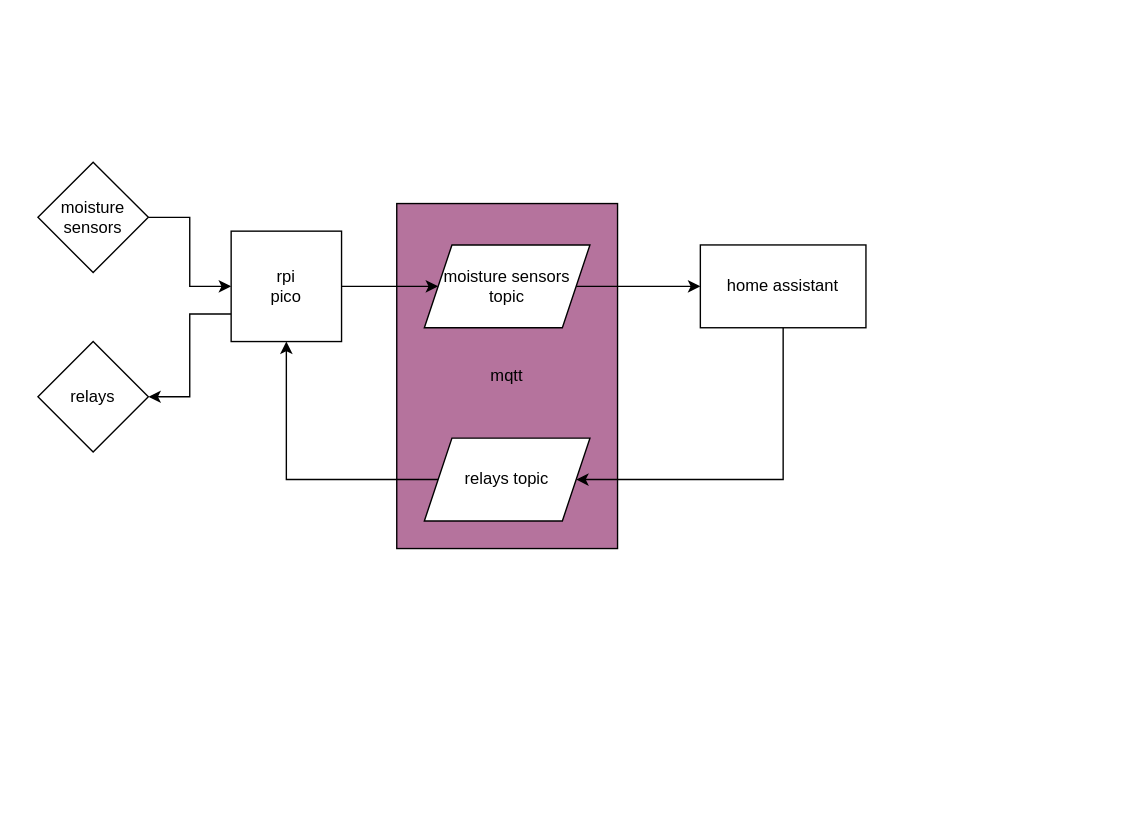
This is doc/data-flow.drawio from floryn08/rpi-pico-watering-system, a draw.io file, before an edit. Source tidied: cells renumbered, new cells numbered last; positions are measured from the earlier drawing's top-left corner, leaving out a move shared by most shapes. Both pictures are drawn from the tidied source at 138%, with x=0, y=0 at pixel (37, 161).
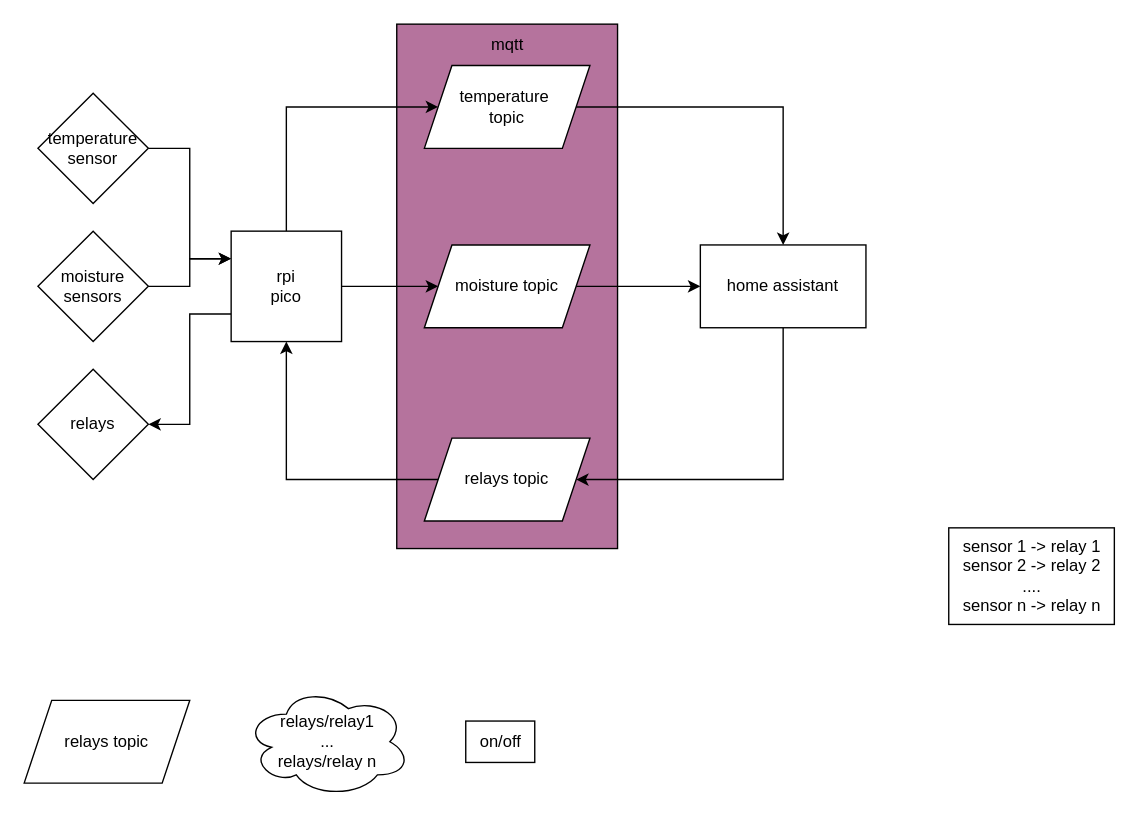
After the change.

Unchanged cells that the change refers to:
```xml
<mxCell id="5" value="rpi&lt;br&gt;pico&lt;br&gt;" style="whiteSpace=wrap;html=1;" parent="1" vertex="1">
  <mxGeometry x="140" y="50" width="80" height="80" as="geometry" />
</mxCell>
<mxCell id="12" value="home assistant" style="whiteSpace=wrap;html=1;" parent="1" vertex="1">
  <mxGeometry x="480" y="60" width="120" height="60" as="geometry" />
</mxCell>
```

The edit, as a diff of the source:
```diff
@@
-    <mxCell id="2" value="mqtt" style="rounded=0;whiteSpace=wrap;html=1;fillColor=#B5739D;" parent="1" vertex="1">
-      <mxGeometry x="260" y="30" width="160" height="250" as="geometry" />
+    <mxCell id="2" style="rounded=0;whiteSpace=wrap;html=1;fillColor=#B5739D;" parent="1" vertex="1">
+      <mxGeometry x="260" y="-100" width="160" height="380" as="geometry" />
     </mxCell>
@@
+    <mxCell id="15" style="edgeStyle=orthogonalEdgeStyle;rounded=0;jettySize=auto;html=1;entryX=0;entryY=0.5;entryDx=0;entryDy=0;exitX=0.5;exitY=0;exitDx=0;exitDy=0;" parent="1" edge="1" source="5" target="17">
+      <mxGeometry relative="1" as="geometry">
+        <Array as="points">
+          <mxPoint x="180" y="-40" />
+        </Array>
+      </mxGeometry>
+    </mxCell>
-    <mxCell id="4" style="edgeStyle=orthogonalEdgeStyle;rounded=0;jettySize=auto;html=1;exitX=0;exitY=0.75;exitDx=0;exitDy=0;entryX=1;entryY=0.5;entryDx=0;entryDy=0;" parent="1" edge="1" source="5" target="8">
+    <mxCell id="4" style="edgeStyle=orthogonalEdgeStyle;rounded=0;jettySize=auto;html=1;entryX=1;entryY=0.5;entryDx=0;entryDy=0;exitX=0;exitY=0.75;exitDx=0;exitDy=0;" parent="1" edge="1" source="5" target="8">
       <mxGeometry relative="1" as="geometry" />
     </mxCell>
@@
-    <mxCell id="6" style="edgeStyle=orthogonalEdgeStyle;rounded=0;jettySize=auto;html=1;entryX=0;entryY=0.5;entryDx=0;entryDy=0;" parent="1" edge="1" source="7" target="5">
+    <mxCell id="6" style="edgeStyle=orthogonalEdgeStyle;rounded=0;jettySize=auto;html=1;entryX=0;entryY=0.25;entryDx=0;entryDy=0;" parent="1" edge="1" source="7" target="5">
       <mxGeometry relative="1" as="geometry" />
     </mxCell>
     <mxCell id="7" value="moisture sensors" style="rhombus;whiteSpace=wrap;html=1;" parent="1" vertex="1">
-      <mxGeometry width="80" height="80" as="geometry" />
+      <mxGeometry y="50" width="80" height="80" as="geometry" />
     </mxCell>
     <mxCell id="8" value="relays" style="rhombus;whiteSpace=wrap;html=1;" parent="1" vertex="1">
-      <mxGeometry y="130" width="80" height="80" as="geometry" />
+      <mxGeometry y="150" width="80" height="80" as="geometry" />
     </mxCell>
@@
-    <mxCell id="10" value="moisture sensors topic&lt;br&gt;" style="shape=parallelogram;perimeter=parallelogramPerimeter;whiteSpace=wrap;html=1;fixedSize=1;" parent="1" vertex="1">
+    <mxCell id="10" value="moisture topic" style="shape=parallelogram;perimeter=parallelogramPerimeter;whiteSpace=wrap;html=1;fixedSize=1;" parent="1" vertex="1">
       <mxGeometry x="280" y="60" width="120" height="60" as="geometry" />
     </mxCell>
@@
+    <mxCell id="16" style="edgeStyle=orthogonalEdgeStyle;rounded=0;jettySize=auto;html=1;entryX=0.5;entryY=0;entryDx=0;entryDy=0;" parent="1" edge="1" source="17" target="12">
+      <mxGeometry relative="1" as="geometry" />
+    </mxCell>
+    <mxCell id="17" value="temperature&amp;nbsp;&lt;br&gt;topic" style="shape=parallelogram;perimeter=parallelogramPerimeter;whiteSpace=wrap;html=1;fixedSize=1;" parent="1" vertex="1">
+      <mxGeometry x="280" y="-70" width="120" height="60" as="geometry" />
+    </mxCell>
+    <mxCell id="18" value="mqtt&lt;br&gt;" style="text;html=1;align=center;verticalAlign=middle;strokeColor=none;fillColor=none;" parent="1" vertex="1">
+      <mxGeometry x="315" y="-100" width="50" height="30" as="geometry" />
+    </mxCell>
+    <mxCell id="19" style="edgeStyle=orthogonalEdgeStyle;rounded=0;jettySize=auto;html=1;entryX=0;entryY=0.25;entryDx=0;entryDy=0;" parent="1" edge="1" source="20" target="5">
+      <mxGeometry relative="1" as="geometry" />
+    </mxCell>
+    <mxCell id="20" value="temperature&lt;br&gt;sensor" style="rhombus;whiteSpace=wrap;html=1;" parent="1" vertex="1">
+      <mxGeometry y="-50" width="80" height="80" as="geometry" />
+    </mxCell>
+    <mxCell id="21" value="relays topic" style="shape=parallelogram;perimeter=parallelogramPerimeter;whiteSpace=wrap;html=1;fixedSize=1;" parent="1" vertex="1">
+      <mxGeometry x="-10" y="390" width="120" height="60" as="geometry" />
+    </mxCell>
+    <mxCell id="22" value="on/off" style="text;html=1;align=center;verticalAlign=middle;strokeColor=default;fillColor=default;" parent="1" vertex="1">
+      <mxGeometry x="310" y="405" width="50" height="30" as="geometry" />
+    </mxCell>
+    <mxCell id="23" value="sensor 1 -&amp;gt; relay 1&lt;br&gt;sensor 2 -&amp;gt; relay 2&lt;br&gt;....&lt;br&gt;sensor n -&amp;gt; relay n" style="text;html=1;align=center;verticalAlign=middle;strokeColor=default;fillColor=default;" parent="1" vertex="1">
+      <mxGeometry x="660" y="265" width="120" height="70" as="geometry" />
+    </mxCell>
+    <mxCell id="24" value="&lt;span style=&quot;&quot;&gt;relays/relay1&lt;/span&gt;&lt;br style=&quot;&quot;&gt;&lt;span style=&quot;&quot;&gt;...&lt;/span&gt;&lt;br style=&quot;&quot;&gt;&lt;span style=&quot;&quot;&gt;relays/relay n&lt;/span&gt;" style="ellipse;shape=cloud;whiteSpace=wrap;html=1;strokeColor=default;fillColor=default;" parent="1" vertex="1">
+      <mxGeometry x="150" y="380" width="120" height="80" as="geometry" />
+    </mxCell>
```
